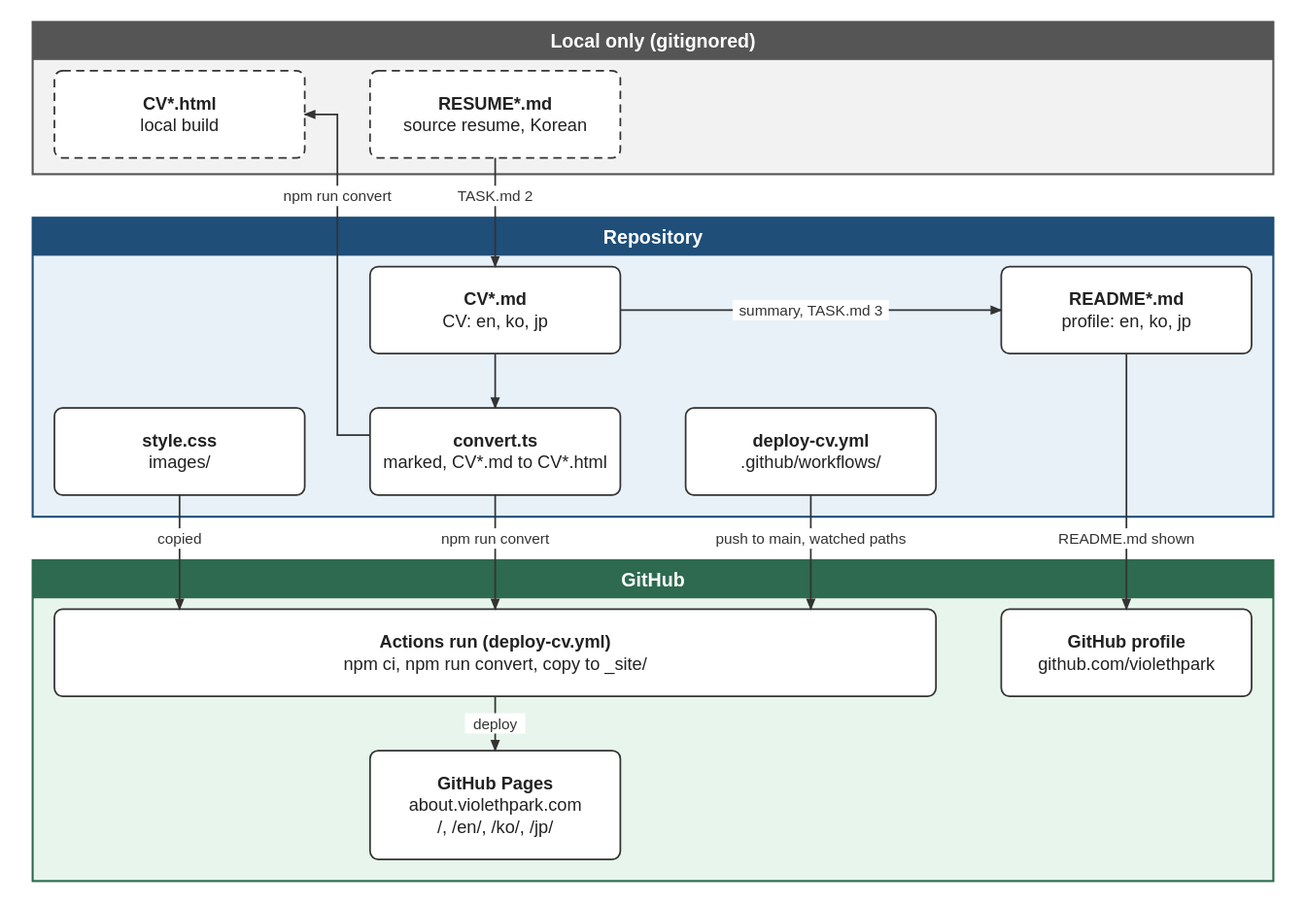
This is diagrams/repo-structure.drawio.svg from violethpark/violethpark, a draw.io export, as it was before one commit. Source tidied: cells renumbered, new cells last; positions are measured from the earlier drawing's top-left corner, leaving out a move shared by most shapes.
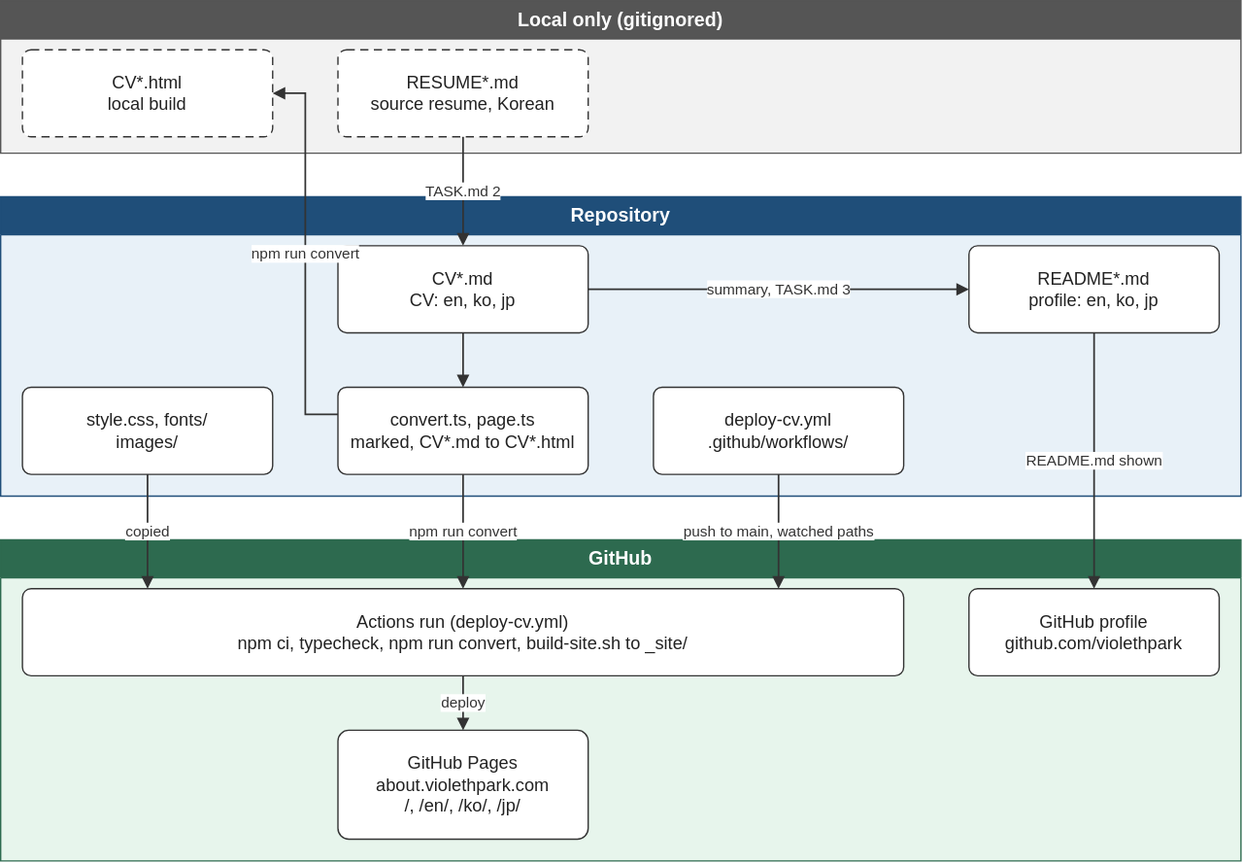
The same file after the commit.

Commit message:
docs: 발행 구조 그림과 문서에 page.ts·fonts·build-site.sh를 더한다

Diff of the diagram source:
```diff
@@ -5,41 +5,41 @@
     <mxCell id="2" value="Local only (gitignored)" style="swimlane;html=1;startSize=28;fontStyle=1;fontSize=14;fontFamily=Helvetica;align=center;verticalAlign=middle;fillColor=#555555;fontColor=#FFFFFF;strokeColor=#555555;swimlaneFillColor=#F2F2F2;rounded=0;whiteSpace=wrap;" parent="1" vertex="1">
       <mxGeometry width="912" height="112" as="geometry" />
     </mxCell>
-    <mxCell id="3" value="Repository" style="swimlane;html=1;startSize=28;fontStyle=1;fontSize=14;fontFamily=Helvetica;align=center;verticalAlign=middle;fillColor=#1F4E79;fontColor=#FFFFFF;strokeColor=#1F4E79;swimlaneFillColor=#E8F1F8;rounded=0;whiteSpace=wrap;" parent="1" vertex="1">
-      <mxGeometry y="144" width="912" height="220" as="geometry" />
-    </mxCell>
-    <mxCell id="4" value="GitHub" style="swimlane;html=1;startSize=28;fontStyle=1;fontSize=14;fontFamily=Helvetica;align=center;verticalAlign=middle;fillColor=#2D6A4F;fontColor=#FFFFFF;strokeColor=#2D6A4F;swimlaneFillColor=#E7F5EC;rounded=0;whiteSpace=wrap;" parent="1" vertex="1">
-      <mxGeometry y="396" width="912" height="236" as="geometry" />
-    </mxCell>
-    <mxCell id="5" value="CV*.html&#10;local build" style="rounded=1;whiteSpace=wrap;html=1;align=center;verticalAlign=middle;fontSize=13;fontFamily=Helvetica;fontColor=#222222;fillColor=#FFFFFF;strokeColor=#333333;arcSize=10;dashed=1;dashPattern=6 4;" parent="1" vertex="1">
+    <mxCell id="5" value="CV*.html&#10;local build" style="rounded=1;whiteSpace=wrap;html=1;align=center;verticalAlign=middle;fontSize=13;fontFamily=Helvetica;fontColor=#222222;fillColor=#FFFFFF;strokeColor=#333333;arcSize=10;dashed=1;dashPattern=6 4;" parent="2" vertex="1">
       <mxGeometry x="16" y="36" width="184" height="64" as="geometry" />
     </mxCell>
-    <mxCell id="6" value="RESUME*.md&#10;source resume, Korean" style="rounded=1;whiteSpace=wrap;html=1;align=center;verticalAlign=middle;fontSize=13;fontFamily=Helvetica;fontColor=#222222;fillColor=#FFFFFF;strokeColor=#333333;arcSize=10;dashed=1;dashPattern=6 4;" parent="1" vertex="1">
+    <mxCell id="6" value="RESUME*.md&#10;source resume, Korean" style="rounded=1;whiteSpace=wrap;html=1;align=center;verticalAlign=middle;fontSize=13;fontFamily=Helvetica;fontColor=#222222;fillColor=#FFFFFF;strokeColor=#333333;arcSize=10;dashed=1;dashPattern=6 4;" parent="2" vertex="1">
       <mxGeometry x="248" y="36" width="184" height="64" as="geometry" />
     </mxCell>
+    <mxCell id="3" value="Repository" style="swimlane;html=1;startSize=28;fontStyle=1;fontSize=14;fontFamily=Helvetica;align=center;verticalAlign=middle;fillColor=#1F4E79;fontColor=#FFFFFF;strokeColor=#1F4E79;swimlaneFillColor=#E8F1F8;rounded=0;whiteSpace=wrap;" parent="1" vertex="1">
+      <mxGeometry y="144" width="912" height="220" as="geometry" />
+    </mxCell>
-    <mxCell id="7" value="CV*.md&#10;CV: en, ko, jp" style="rounded=1;whiteSpace=wrap;html=1;align=center;verticalAlign=middle;fontSize=13;fontFamily=Helvetica;fontColor=#222222;fillColor=#FFFFFF;strokeColor=#333333;arcSize=10;" parent="1" vertex="1">
-      <mxGeometry x="248" y="180" width="184" height="64" as="geometry" />
+    <mxCell id="7" value="CV*.md&#10;CV: en, ko, jp" style="rounded=1;whiteSpace=wrap;html=1;align=center;verticalAlign=middle;fontSize=13;fontFamily=Helvetica;fontColor=#222222;fillColor=#FFFFFF;strokeColor=#333333;arcSize=10;" parent="3" vertex="1">
+      <mxGeometry x="248" y="36" width="184" height="64" as="geometry" />
     </mxCell>
-    <mxCell id="8" value="README*.md&#10;profile: en, ko, jp" style="rounded=1;whiteSpace=wrap;html=1;align=center;verticalAlign=middle;fontSize=13;fontFamily=Helvetica;fontColor=#222222;fillColor=#FFFFFF;strokeColor=#333333;arcSize=10;" parent="1" vertex="1">
-      <mxGeometry x="712" y="180" width="184" height="64" as="geometry" />
+    <mxCell id="8" value="README*.md&#10;profile: en, ko, jp" style="rounded=1;whiteSpace=wrap;html=1;align=center;verticalAlign=middle;fontSize=13;fontFamily=Helvetica;fontColor=#222222;fillColor=#FFFFFF;strokeColor=#333333;arcSize=10;" parent="3" vertex="1">
+      <mxGeometry x="712" y="36" width="184" height="64" as="geometry" />
     </mxCell>
-    <mxCell id="9" value="style.css&#10;images/" style="rounded=1;whiteSpace=wrap;html=1;align=center;verticalAlign=middle;fontSize=13;fontFamily=Helvetica;fontColor=#222222;fillColor=#FFFFFF;strokeColor=#333333;arcSize=10;" parent="1" vertex="1">
-      <mxGeometry x="16" y="284" width="184" height="64" as="geometry" />
+    <mxCell id="9" value="style.css, fonts/&#10;images/" style="rounded=1;whiteSpace=wrap;html=1;align=center;verticalAlign=middle;fontSize=13;fontFamily=Helvetica;fontColor=#222222;fillColor=#FFFFFF;strokeColor=#333333;arcSize=10;" parent="3" vertex="1">
+      <mxGeometry x="16" y="140" width="184" height="64" as="geometry" />
     </mxCell>
-    <mxCell id="10" value="convert.ts&#10;marked, CV*.md to CV*.html" style="rounded=1;whiteSpace=wrap;html=1;align=center;verticalAlign=middle;fontSize=13;fontFamily=Helvetica;fontColor=#222222;fillColor=#FFFFFF;strokeColor=#333333;arcSize=10;" parent="1" vertex="1">
-      <mxGeometry x="248" y="284" width="184" height="64" as="geometry" />
+    <mxCell id="10" value="convert.ts, page.ts&#10;marked, CV*.md to CV*.html" style="rounded=1;whiteSpace=wrap;html=1;align=center;verticalAlign=middle;fontSize=13;fontFamily=Helvetica;fontColor=#222222;fillColor=#FFFFFF;strokeColor=#333333;arcSize=10;" parent="3" vertex="1">
+      <mxGeometry x="248" y="140" width="184" height="64" as="geometry" />
     </mxCell>
-    <mxCell id="11" value="deploy-cv.yml&#10;.github/workflows/" style="rounded=1;whiteSpace=wrap;html=1;align=center;verticalAlign=middle;fontSize=13;fontFamily=Helvetica;fontColor=#222222;fillColor=#FFFFFF;strokeColor=#333333;arcSize=10;" parent="1" vertex="1">
-      <mxGeometry x="480" y="284" width="184" height="64" as="geometry" />
+    <mxCell id="11" value="deploy-cv.yml&#10;.github/workflows/" style="rounded=1;whiteSpace=wrap;html=1;align=center;verticalAlign=middle;fontSize=13;fontFamily=Helvetica;fontColor=#222222;fillColor=#FFFFFF;strokeColor=#333333;arcSize=10;" parent="3" vertex="1">
+      <mxGeometry x="480" y="140" width="184" height="64" as="geometry" />
     </mxCell>
+    <mxCell id="4" value="GitHub" style="swimlane;html=1;startSize=28;fontStyle=1;fontSize=14;fontFamily=Helvetica;align=center;verticalAlign=middle;fillColor=#2D6A4F;fontColor=#FFFFFF;strokeColor=#2D6A4F;swimlaneFillColor=#E7F5EC;rounded=0;whiteSpace=wrap;" parent="1" vertex="1">
+      <mxGeometry y="396" width="912" height="236" as="geometry" />
+    </mxCell>
-    <mxCell id="12" value="Actions run (deploy-cv.yml)&#10;npm ci, npm run convert, copy to _site/" style="rounded=1;whiteSpace=wrap;html=1;align=center;verticalAlign=middle;fontSize=13;fontFamily=Helvetica;fontColor=#222222;fillColor=#FFFFFF;strokeColor=#333333;arcSize=10;" parent="1" vertex="1">
-      <mxGeometry x="16" y="432" width="648" height="64" as="geometry" />
+    <mxCell id="12" value="Actions run (deploy-cv.yml)&#10;npm ci, typecheck, npm run convert, build-site.sh to _site/" style="rounded=1;whiteSpace=wrap;html=1;align=center;verticalAlign=middle;fontSize=13;fontFamily=Helvetica;fontColor=#222222;fillColor=#FFFFFF;strokeColor=#333333;arcSize=10;" parent="4" vertex="1">
+      <mxGeometry x="16" y="36" width="648" height="64" as="geometry" />
     </mxCell>
-    <mxCell id="13" value="GitHub profile&#10;github.com/violethpark" style="rounded=1;whiteSpace=wrap;html=1;align=center;verticalAlign=middle;fontSize=13;fontFamily=Helvetica;fontColor=#222222;fillColor=#FFFFFF;strokeColor=#333333;arcSize=10;" parent="1" vertex="1">
-      <mxGeometry x="712" y="432" width="184" height="64" as="geometry" />
+    <mxCell id="13" value="GitHub profile&#10;github.com/violethpark" style="rounded=1;whiteSpace=wrap;html=1;align=center;verticalAlign=middle;fontSize=13;fontFamily=Helvetica;fontColor=#222222;fillColor=#FFFFFF;strokeColor=#333333;arcSize=10;" parent="4" vertex="1">
+      <mxGeometry x="712" y="36" width="184" height="64" as="geometry" />
     </mxCell>
-    <mxCell id="14" value="GitHub Pages&#10;about.violethpark.com&#10;/, /en/, /ko/, /jp/" style="rounded=1;whiteSpace=wrap;html=1;align=center;verticalAlign=middle;fontSize=13;fontFamily=Helvetica;fontColor=#222222;fillColor=#FFFFFF;strokeColor=#333333;arcSize=10;" parent="1" vertex="1">
-      <mxGeometry x="248" y="536" width="184" height="80" as="geometry" />
+    <mxCell id="14" value="GitHub Pages&#10;about.violethpark.com&#10;/, /en/, /ko/, /jp/" style="rounded=1;whiteSpace=wrap;html=1;align=center;verticalAlign=middle;fontSize=13;fontFamily=Helvetica;fontColor=#222222;fillColor=#FFFFFF;strokeColor=#333333;arcSize=10;" parent="4" vertex="1">
+      <mxGeometry x="248" y="140" width="184" height="80" as="geometry" />
     </mxCell>
     <mxCell id="15" value="TASK.md 2" style="edgeStyle=orthogonalEdgeStyle;rounded=0;html=1;endArrow=block;endFill=1;fontSize=11;fontFamily=Helvetica;fontColor=#333333;labelBackgroundColor=#FFFFFF;strokeColor=#333333;strokeWidth=1.25;align=center;verticalAlign=middle;exitX=0.5000;exitY=1.0000;entryX=0.5000;entryY=0.0000;" parent="1" edge="1" source="6" target="7">
       <mxGeometry relative="1" as="geometry" />
```
